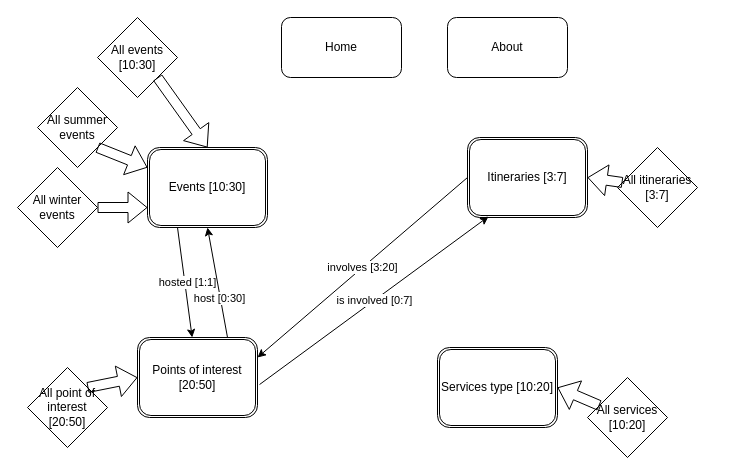
SebastianCastellano/Hypermedia-Project keeps this draw.io diagram as Design-part/drawio/UX diagram part A1 HYP.drawio. Above is the earlier version. Source tidied: cells renumbered, new cells numbered last; positions are measured from the earlier drawing's top-left corner, leaving out a move shared by most shapes. Both pictures are drawn from the tidied source at 100%, with x=0, y=0 at pixel (17, 17).
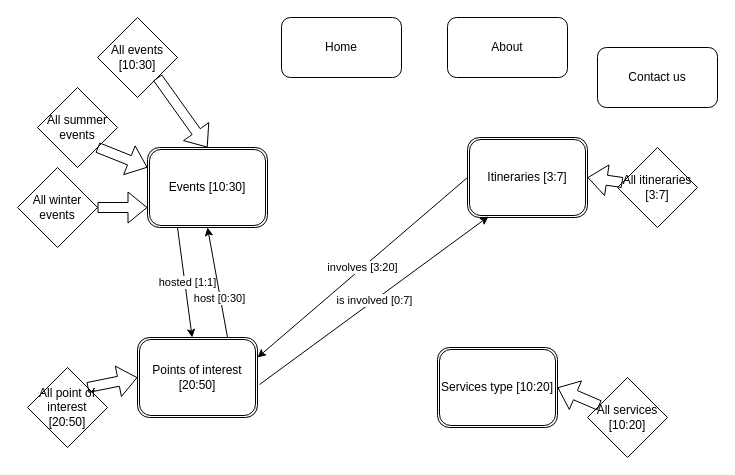
Above is the later version.

Commit message (it also covers changes not shown here):
Updated C-IDM diagram

The edit, as a diff of the source:
```diff
@@
+    <mxCell id="26" value="Contact us" style="rounded=1;whiteSpace=wrap;html=1;" parent="1" vertex="1">
+      <mxGeometry x="580" y="30" width="120" height="60" as="geometry" />
+    </mxCell>
```
